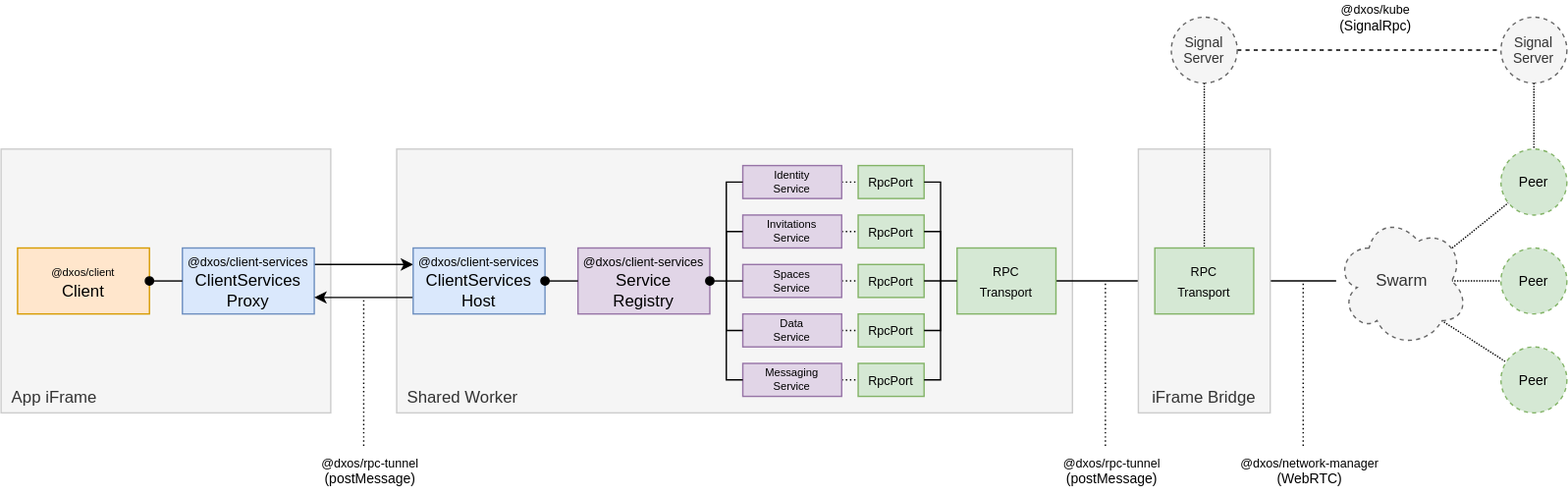
The draw.io diagram docs/docs/design/diagrams/client-services.drawio.svg in dxos/dxos, before a commit. Source tidied: cells renumbered, new cells last; positions are measured from the earlier drawing's top-left corner, leaving out a move shared by most shapes.
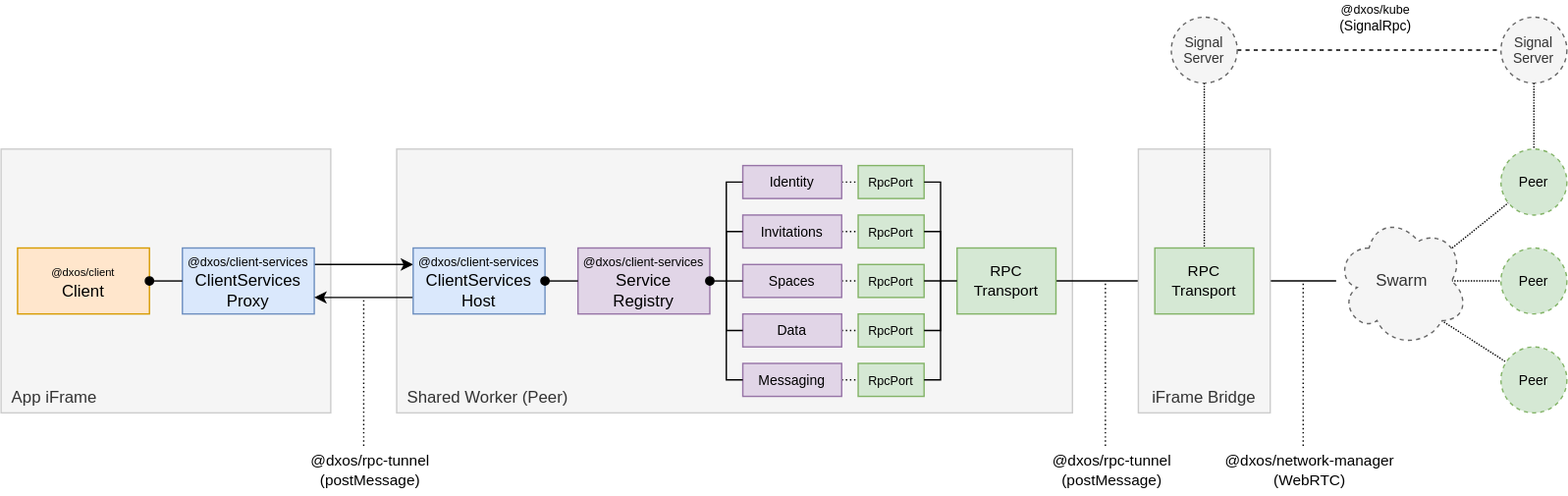
After the change.

Change to the diagram source:
```diff
@@ -5,14 +5,14 @@
     <mxCell id="2" style="edgeStyle=none;html=1;fontSize=10;startArrow=none;startFill=0;endArrow=none;endFill=0;exitX=1;exitY=0.5;exitDx=0;exitDy=0;" parent="1" edge="1" source="44" target="24">
       <mxGeometry relative="1" as="geometry" />
     </mxCell>
-    <mxCell id="3" value="Shared Worker" style="rounded=0;whiteSpace=wrap;html=1;fillColor=#f5f5f5;fontColor=#333333;strokeColor=#CCCCCC;verticalAlign=bottom;spacingBottom=4;spacingTop=4;align=left;spacing=0;spacingRight=8;spacingLeft=8;" parent="1" vertex="1">
+    <mxCell id="3" value="Shared Worker (Peer)" style="rounded=0;whiteSpace=wrap;html=1;fillColor=#f5f5f5;fontColor=#333333;strokeColor=#CCCCCC;verticalAlign=bottom;spacingBottom=4;spacingTop=4;align=left;spacing=0;spacingRight=8;spacingLeft=8;" parent="1" vertex="1">
       <mxGeometry x="288" y="108" width="492" height="192" as="geometry" />
     </mxCell>
     <mxCell id="4" value="App iFrame" style="rounded=0;whiteSpace=wrap;html=1;fillColor=#f5f5f5;fontColor=#333333;strokeColor=#CCCCCC;verticalAlign=bottom;spacingBottom=4;spacingTop=4;align=left;spacing=0;spacingRight=8;spacingLeft=8;" parent="1" vertex="1">
       <mxGeometry y="108" width="240" height="192" as="geometry" />
     </mxCell>
-    <mxCell id="5" value="&lt;font style=&quot;font-size: 9px&quot;&gt;@dxos/network-manager&lt;/font&gt;&lt;br&gt;(WebRTC)" style="rounded=0;whiteSpace=wrap;html=1;dashed=1;align=center;spacingLeft=10;strokeColor=none;fillColor=none;fontSize=10;" parent="1" vertex="1">
-      <mxGeometry x="888" y="324" width="120" height="36" as="geometry" />
+    <mxCell id="5" value="&lt;font style=&quot;font-size: 11px;&quot;&gt;@dxos/network-manager&lt;/font&gt;&lt;br style=&quot;font-size: 11px;&quot;&gt;(WebRTC)" style="rounded=0;whiteSpace=wrap;html=1;dashed=1;align=center;spacingLeft=10;strokeColor=none;fillColor=none;fontSize=11;" parent="1" vertex="1">
+      <mxGeometry x="876" y="324" width="144" height="36" as="geometry" />
     </mxCell>
     <mxCell id="6" value="&lt;font style=&quot;font-size: 8px&quot;&gt;@dxos/client&lt;br&gt;&lt;/font&gt;Client" style="rounded=0;whiteSpace=wrap;html=1;fillColor=#ffe6cc;strokeColor=#d79b00;" parent="1" vertex="1">
       <mxGeometry x="12" y="180" width="96" height="48" as="geometry" />
@@ -41,19 +41,19 @@
     <mxCell id="14" style="edgeStyle=none;html=1;exitX=1;exitY=0.5;exitDx=0;exitDy=0;entryX=0;entryY=0.5;entryDx=0;entryDy=0;dashed=1;dashPattern=1 2;fontSize=10;startArrow=none;startFill=0;endArrow=none;endFill=0;" parent="1" edge="1" source="15" target="11">
       <mxGeometry relative="1" as="geometry" />
     </mxCell>
-    <mxCell id="15" value="Identity&lt;br style=&quot;font-size: 8px&quot;&gt;Service" style="rounded=0;whiteSpace=wrap;html=1;fontSize=8;fillColor=#e1d5e7;strokeColor=#9673a6;" parent="1" vertex="1">
+    <mxCell id="15" value="Identity" style="rounded=0;whiteSpace=wrap;html=1;fontSize=10;fillColor=#e1d5e7;strokeColor=#9673a6;" parent="1" vertex="1">
       <mxGeometry x="540" y="120" width="72" height="24" as="geometry" />
     </mxCell>
     <mxCell id="16" style="edgeStyle=none;html=1;exitX=1;exitY=0.5;exitDx=0;exitDy=0;dashed=1;dashPattern=1 2;fontSize=10;startArrow=none;startFill=0;endArrow=none;endFill=0;" parent="1" edge="1" source="17" target="25">
       <mxGeometry relative="1" as="geometry" />
     </mxCell>
-    <mxCell id="17" value="Invitations&lt;br style=&quot;font-size: 8px&quot;&gt;Service" style="rounded=0;whiteSpace=wrap;html=1;fontSize=8;fillColor=#e1d5e7;strokeColor=#9673a6;" parent="1" vertex="1">
+    <mxCell id="17" value="Invitations" style="rounded=0;whiteSpace=wrap;html=1;fontSize=10;fillColor=#e1d5e7;strokeColor=#9673a6;" parent="1" vertex="1">
       <mxGeometry x="540" y="156" width="72" height="24" as="geometry" />
     </mxCell>
     <mxCell id="18" style="edgeStyle=none;html=1;exitX=1;exitY=0.5;exitDx=0;exitDy=0;dashed=1;dashPattern=1 2;fontSize=10;startArrow=none;startFill=0;endArrow=none;endFill=0;" parent="1" edge="1" source="19" target="26">
       <mxGeometry relative="1" as="geometry" />
     </mxCell>
-    <mxCell id="19" value="Spaces&lt;br style=&quot;font-size: 8px&quot;&gt;Service" style="rounded=0;whiteSpace=wrap;html=1;fontSize=8;fillColor=#e1d5e7;strokeColor=#9673a6;" parent="1" vertex="1">
+    <mxCell id="19" value="Spaces" style="rounded=0;whiteSpace=wrap;html=1;fontSize=10;fillColor=#e1d5e7;strokeColor=#9673a6;" parent="1" vertex="1">
       <mxGeometry x="540" y="192" width="72" height="24" as="geometry" />
     </mxCell>
     <mxCell id="20" style="edgeStyle=none;html=1;exitX=1;exitY=0.5;exitDx=0;exitDy=0;fontSize=8;startArrow=oval;startFill=1;endArrow=none;endFill=0;" parent="1" edge="1" source="10" target="12">
@@ -80,13 +80,13 @@
     <mxCell id="27" style="edgeStyle=none;html=1;exitX=1;exitY=0.5;exitDx=0;exitDy=0;dashed=1;dashPattern=1 2;fontSize=10;startArrow=none;startFill=0;endArrow=none;endFill=0;" parent="1" edge="1" source="28" target="32">
       <mxGeometry relative="1" as="geometry" />
     </mxCell>
-    <mxCell id="28" value="Messaging&lt;br style=&quot;font-size: 8px&quot;&gt;Service" style="rounded=0;whiteSpace=wrap;html=1;fontSize=8;fillColor=#e1d5e7;strokeColor=#9673a6;" parent="1" vertex="1">
+    <mxCell id="28" value="Messaging" style="rounded=0;whiteSpace=wrap;html=1;fontSize=10;fillColor=#e1d5e7;strokeColor=#9673a6;" parent="1" vertex="1">
       <mxGeometry x="540" y="264" width="72" height="24" as="geometry" />
     </mxCell>
     <mxCell id="29" style="edgeStyle=none;html=1;exitX=1;exitY=0.5;exitDx=0;exitDy=0;dashed=1;dashPattern=1 2;fontSize=10;startArrow=none;startFill=0;endArrow=none;endFill=0;" parent="1" edge="1" source="30" target="31">
       <mxGeometry relative="1" as="geometry" />
     </mxCell>
-    <mxCell id="30" value="Data&lt;br style=&quot;font-size: 8px&quot;&gt;Service" style="rounded=0;whiteSpace=wrap;html=1;fontSize=8;fillColor=#e1d5e7;strokeColor=#9673a6;" parent="1" vertex="1">
+    <mxCell id="30" value="Data" style="rounded=0;whiteSpace=wrap;html=1;fontSize=10;fillColor=#e1d5e7;strokeColor=#9673a6;" parent="1" vertex="1">
       <mxGeometry x="540" y="228" width="72" height="24" as="geometry" />
     </mxCell>
     <mxCell id="31" value="&lt;font style=&quot;font-size: 9px&quot;&gt;RpcPort&lt;/font&gt;" style="rounded=0;whiteSpace=wrap;html=1;fillColor=#d5e8d4;strokeColor=#82b366;" parent="1" vertex="1">
@@ -98,7 +98,7 @@
     <mxCell id="33" style="edgeStyle=none;html=1;exitX=1;exitY=0.5;exitDx=0;exitDy=0;fontSize=9;startArrow=oval;startFill=1;endArrow=none;endFill=0;" parent="1" edge="1" source="12" target="19">
       <mxGeometry relative="1" as="geometry" />
     </mxCell>
-    <mxCell id="34" style="edgeStyle=none;html=1;startArrow=none;startFill=0;endArrow=none;endFill=0;rounded=0;" parent="1" edge="1" source="15" target="28">
+    <mxCell id="34" style="edgeStyle=none;html=1;startArrow=none;startFill=0;endArrow=none;endFill=0;rounded=0;fontSize=10;" parent="1" edge="1" source="15" target="28">
       <mxGeometry relative="1" as="geometry">
         <Array as="points">
           <mxPoint x="528" y="132" />
@@ -106,7 +106,7 @@
         </Array>
       </mxGeometry>
     </mxCell>
-    <mxCell id="35" style="edgeStyle=none;html=1;startArrow=none;startFill=0;endArrow=none;endFill=0;rounded=0;exitX=0;exitY=0.5;exitDx=0;exitDy=0;entryX=0;entryY=0.5;entryDx=0;entryDy=0;" parent="1" edge="1" source="17" target="30">
+    <mxCell id="35" style="edgeStyle=none;html=1;startArrow=none;startFill=0;endArrow=none;endFill=0;rounded=0;exitX=0;exitY=0.5;exitDx=0;exitDy=0;entryX=0;entryY=0.5;entryDx=0;entryDy=0;fontSize=10;" parent="1" edge="1" source="17" target="30">
       <mxGeometry relative="1" as="geometry">
         <Array as="points">
           <mxPoint x="528" y="168" />
@@ -114,13 +114,13 @@
         </Array>
       </mxGeometry>
     </mxCell>
-    <mxCell id="36" value="&lt;font style=&quot;font-size: 9px&quot;&gt;@dxos/rpc-tunnel&lt;br&gt;&lt;/font&gt;(postMessage)" style="rounded=0;whiteSpace=wrap;html=1;dashed=1;align=center;spacingLeft=10;strokeColor=none;fillColor=none;fontSize=10;" parent="1" vertex="1">
-      <mxGeometry x="216" y="324" width="96" height="36" as="geometry" />
+    <mxCell id="36" value="&lt;font style=&quot;font-size: 11px;&quot;&gt;@dxos/rpc-tunnel&lt;br style=&quot;font-size: 11px;&quot;&gt;&lt;/font&gt;(postMessage)" style="rounded=0;whiteSpace=wrap;html=1;dashed=1;align=center;spacingLeft=10;strokeColor=none;fillColor=none;fontSize=11;" parent="1" vertex="1">
+      <mxGeometry x="204" y="324" width="120" height="36" as="geometry" />
     </mxCell>
     <mxCell id="37" style="edgeStyle=none;html=1;exitX=1;exitY=0.5;exitDx=0;exitDy=0;fontSize=10;startArrow=none;startFill=0;endArrow=none;endFill=0;" parent="1" edge="1" source="38" target="44">
       <mxGeometry relative="1" as="geometry" />
     </mxCell>
-    <mxCell id="38" value="&lt;font style=&quot;font-size: 9px&quot;&gt;RPC&lt;br&gt;Transport&lt;br&gt;&lt;/font&gt;" style="rounded=0;whiteSpace=wrap;html=1;fillColor=#d5e8d4;strokeColor=#82b366;" parent="1" vertex="1">
+    <mxCell id="38" value="&lt;font style=&quot;font-size: 11px;&quot;&gt;RPC&lt;br style=&quot;font-size: 11px;&quot;&gt;Transport&lt;br style=&quot;font-size: 11px;&quot;&gt;&lt;/font&gt;" style="rounded=0;whiteSpace=wrap;html=1;fillColor=#d5e8d4;strokeColor=#82b366;fontSize=11;" parent="1" vertex="1">
       <mxGeometry x="696" y="180" width="72" height="48" as="geometry" />
     </mxCell>
     <mxCell id="39" style="edgeStyle=none;html=1;fontSize=8;endArrow=none;endFill=0;dashed=1;dashPattern=1 2;exitX=0.5;exitY=0;exitDx=0;exitDy=0;" parent="1" edge="1" source="36">
@@ -157,7 +157,7 @@
         </Array>
       </mxGeometry>
     </mxCell>
-    <mxCell id="44" value="&lt;font style=&quot;font-size: 9px&quot;&gt;RPC&lt;br&gt;Transport&lt;br&gt;&lt;/font&gt;" style="rounded=0;whiteSpace=wrap;html=1;fillColor=#d5e8d4;strokeColor=#82b366;" parent="1" vertex="1">
+    <mxCell id="44" value="&lt;font style=&quot;font-size: 11px;&quot;&gt;RPC&lt;br style=&quot;font-size: 11px;&quot;&gt;Transport&lt;br style=&quot;font-size: 11px;&quot;&gt;&lt;/font&gt;" style="rounded=0;whiteSpace=wrap;html=1;fillColor=#d5e8d4;strokeColor=#82b366;fontSize=11;" parent="1" vertex="1">
       <mxGeometry x="840" y="180" width="72" height="48" as="geometry" />
     </mxCell>
     <mxCell id="45" style="edgeStyle=none;html=1;fontSize=8;endArrow=none;endFill=0;dashed=1;dashPattern=1 2;exitX=0.5;exitY=0;exitDx=0;exitDy=0;" parent="1" edge="1" source="5">
@@ -165,8 +165,8 @@
         <mxPoint x="948" y="204" as="targetPoint" />
       </mxGeometry>
     </mxCell>
-    <mxCell id="46" value="&lt;font style=&quot;font-size: 9px&quot;&gt;@dxos/rpc-tunnel&lt;br&gt;&lt;/font&gt;(postMessage)" style="rounded=0;whiteSpace=wrap;html=1;dashed=1;align=center;spacingLeft=10;strokeColor=none;fillColor=none;fontSize=10;" parent="1" vertex="1">
-      <mxGeometry x="756" y="324" width="96" height="36" as="geometry" />
+    <mxCell id="46" value="&lt;font style=&quot;font-size: 11px;&quot;&gt;@dxos/rpc-tunnel&lt;br style=&quot;font-size: 11px;&quot;&gt;&lt;/font&gt;(postMessage)" style="rounded=0;whiteSpace=wrap;html=1;dashed=1;align=center;spacingLeft=10;strokeColor=none;fillColor=none;fontSize=11;" parent="1" vertex="1">
+      <mxGeometry x="744" y="324" width="120" height="36" as="geometry" />
     </mxCell>
     <mxCell id="47" style="edgeStyle=none;html=1;fontSize=8;endArrow=none;endFill=0;dashed=1;dashPattern=1 2;" parent="1" edge="1" source="46">
       <mxGeometry relative="1" as="geometry">
```
